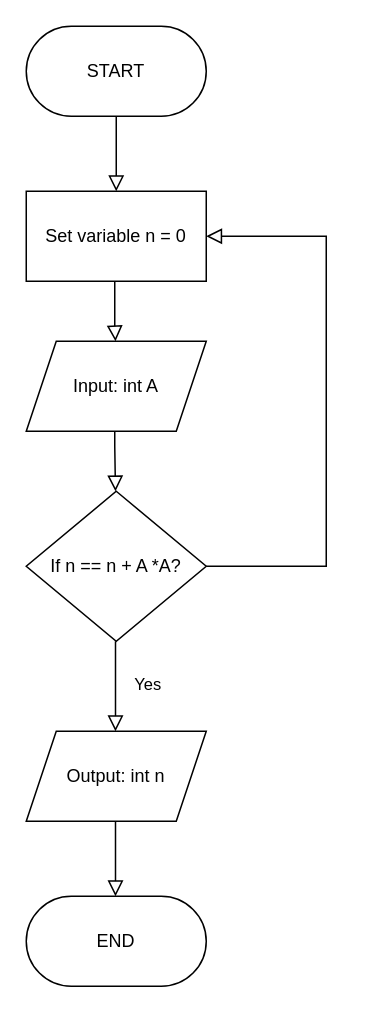
This is Untitled Diagram.drawio from Irawo2022/thonny, a draw.io file, before an edit. Source tidied: cells renumbered, new cells numbered last; positions are measured from the earlier drawing's top-left corner, leaving out a move shared by most shapes. Both pictures are drawn from the tidied source at 150%, with x=0, y=0 at pixel (26, 26).
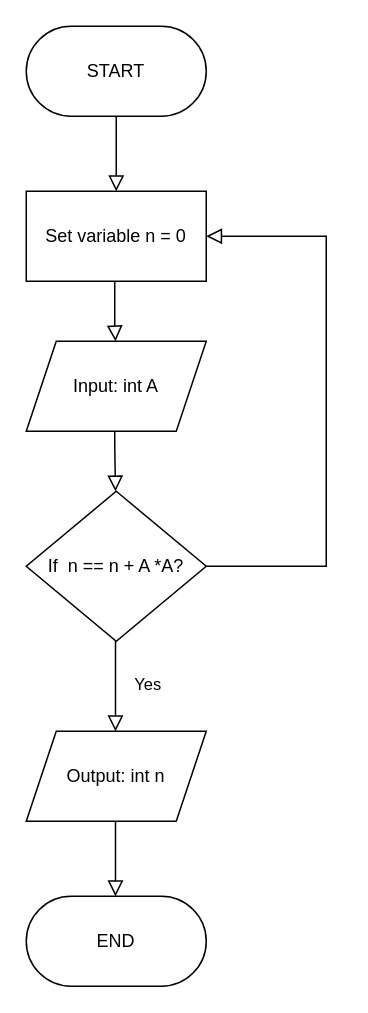
The same page after the edit.

Commit message (it also covers changes not shown here):
ALX FIRST PSEUDOCODE

What changed in the source:
```diff
@@
-    <mxCell id="10" value="If n == n + A *A?" style="rhombus;whiteSpace=wrap;html=1;" parent="1" vertex="1">
+    <mxCell id="10" value="If&amp;nbsp; n == n + A *A?" style="rhombus;whiteSpace=wrap;html=1;" parent="1" vertex="1">
       <mxGeometry y="310" width="120" height="100" as="geometry" />
     </mxCell>
```
